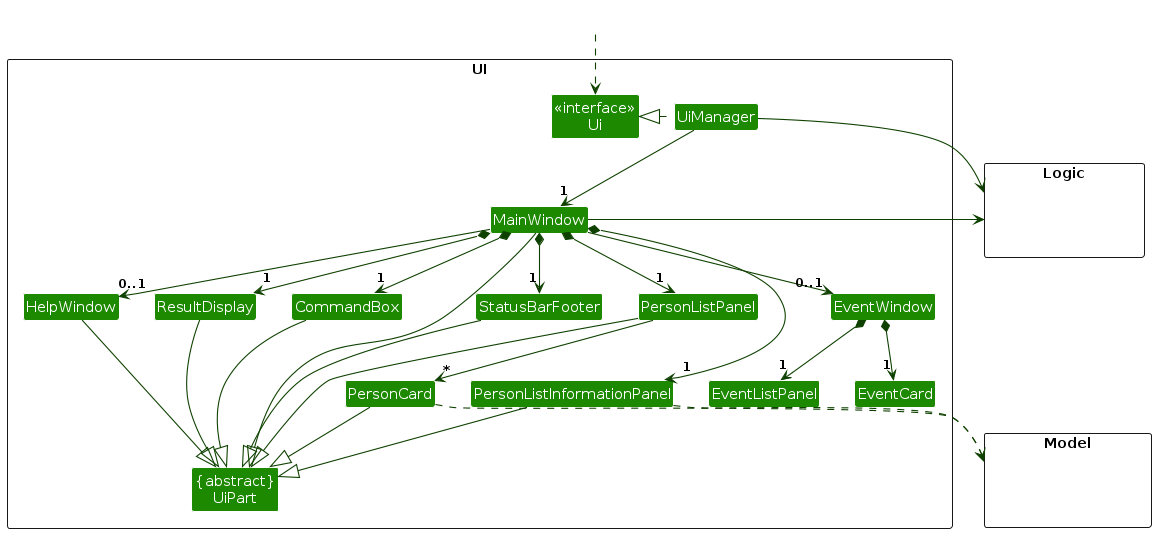
Before: diagrams/UiClassDiagram.png, a diagram exported from PlantUML (AriellaCallista/tp). Its source is kept beside it as diagrams/UiClassDiagram.puml.
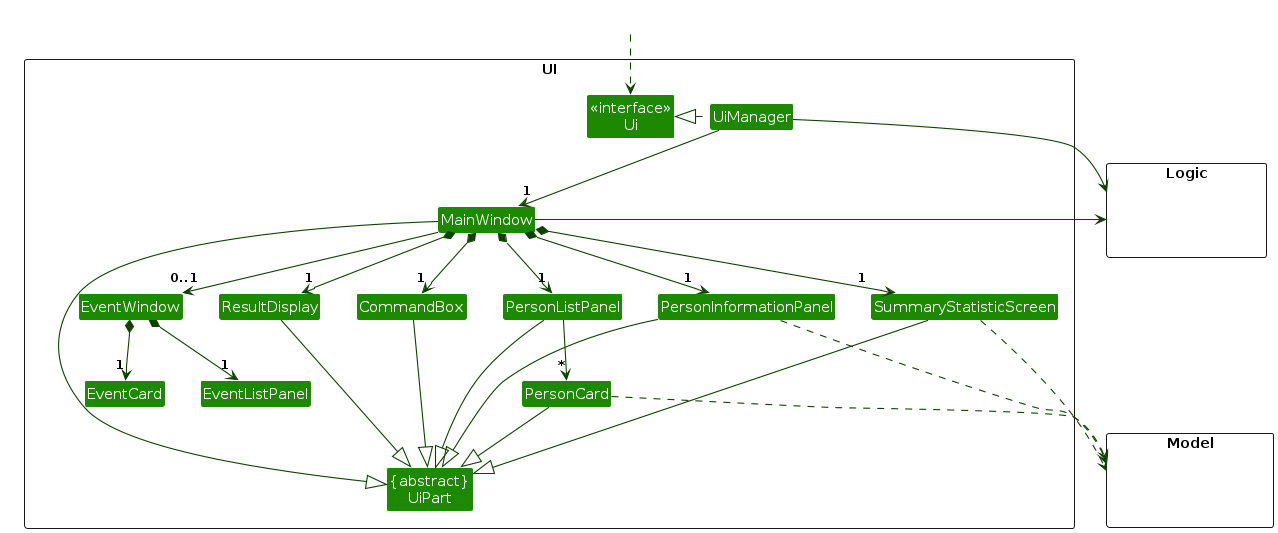
The same file after the commit.

Change to the diagram source:
```diff
@@ -9,13 +9,12 @@
 Class "{abstract}\nUiPart" as UiPart
 Class UiManager
 Class MainWindow
-Class HelpWindow
 Class ResultDisplay
 Class PersonListPanel
 Class PersonCard
-Class StatusBarFooter
+Class PersonInformationPanel
+Class SummaryStatisticScreen
 Class CommandBox
-Class PersonListInformationPanel
 Class EventWindow
 Class EventListPanel
 Class EventCard
@@ -33,16 +32,16 @@
 HiddenOutside ..> Ui
 
 UiManager .left.|> Ui
-UiManager -down-> "1"MainWindow
-MainWindow*-down->  "1" CommandBox
+UiManager -down-> "1" MainWindow
+MainWindow *-down->  "1" CommandBox
 MainWindow *-down-> "1" ResultDisplay
 MainWindow *-down-> "1" PersonListPanel
-MainWindow *-down-> "1" StatusBarFooter
-MainWindow *-down-> "1" PersonListInformationPanel
-MainWindow --> "0..1" HelpWindow
 MainWindow --> "0..1" EventWindow
 EventWindow *-down-> "1" EventCard
 EventWindow *-down-> "1" EventListPanel
+MainWindow *-down-> "1" PersonInformationPanel
+MainWindow *-down-> "1" SummaryStatisticScreen
+
 
 PersonListPanel -down-> "*" PersonCard
 
@@ -50,24 +49,21 @@
 
 ResultDisplay --|> UiPart
 CommandBox --|> UiPart
+PersonInformationPanel --|> UiPart
+SummaryStatisticScreen --|> UiPart
 PersonListPanel --|> UiPart
-PersonListInformationPanel --|> UiPart
 PersonCard --|> UiPart
-StatusBarFooter --|> UiPart
-HelpWindow --|> UiPart
 
 
 
-
+PersonInformationPanel ..> Model
+SummaryStatisticScreen ..> Model
 PersonCard ..> Model
-PersonListInformationPanel ..> Model
 UiManager -right-> Logic
 MainWindow -left-> Logic
-
-PersonListPanel -[hidden]left-HelpWindow
-HelpWindow -[hidden]left-CommandBox
 CommandBox -[hidden]left-ResultDisplay
-ResultDisplay -[hidden]left- StatusBarFooter
+PersonInformationPanel -[hidden]left-CommandBox
+SummaryStatisticScreen -[hidden]left-PersonInformationPanel
 
 MainWindow -[hidden]-|> UiPart
 @enduml
```
